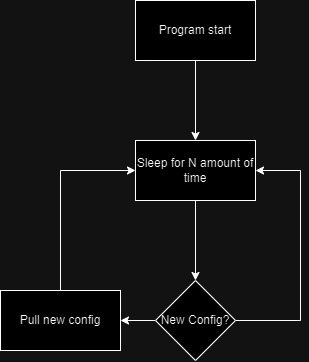
Above: src/client.drawio.png in exersalza/move-alarm (draw.io), before the change. Source tidied: cells renumbered, new cells last; positions are measured from the earlier drawing's top-left corner, leaving out a move shared by most shapes.
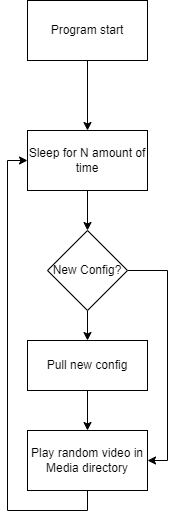
The same diagram one commit later.

Diff of the diagram source:
```diff
@@ -2,13 +2,8 @@
   <root>
     <mxCell id="0" />
     <mxCell id="1" parent="0" />
-    <mxCell id="2" style="edgeStyle=orthogonalEdgeStyle;rounded=0;jettySize=auto;html=1;exitX=0.5;exitY=1;exitDx=0;exitDy=0;" parent="1" edge="1" source="3">
-      <mxGeometry relative="1" as="geometry">
-        <mxPoint x="195" y="30" as="targetPoint" />
-      </mxGeometry>
-    </mxCell>
     <mxCell id="3" value="Program start" style="rounded=0;whiteSpace=wrap;html=1;" parent="1" vertex="1">
-      <mxGeometry x="135" width="120" height="60" as="geometry" />
+      <mxGeometry x="135" y="10" width="120" height="60" as="geometry" />
     </mxCell>
     <mxCell id="4" style="edgeStyle=orthogonalEdgeStyle;rounded=0;jettySize=auto;html=1;exitX=0.5;exitY=1;exitDx=0;exitDy=0;entryX=0.5;entryY=0;entryDx=0;entryDy=0;" parent="1" edge="1" source="3" target="6">
       <mxGeometry relative="1" as="geometry" />
@@ -19,27 +14,26 @@
     <mxCell id="6" value="Sleep for N amount of time" style="rounded=0;whiteSpace=wrap;html=1;" parent="1" vertex="1">
       <mxGeometry x="135" y="140" width="120" height="60" as="geometry" />
     </mxCell>
-    <mxCell id="7" style="edgeStyle=orthogonalEdgeStyle;rounded=0;jettySize=auto;html=1;exitX=0;exitY=0.5;exitDx=0;exitDy=0;" parent="1" edge="1" source="9">
-      <mxGeometry relative="1" as="geometry">
-        <mxPoint x="120" y="320" as="targetPoint" />
-      </mxGeometry>
-    </mxCell>
-    <mxCell id="8" style="edgeStyle=orthogonalEdgeStyle;rounded=0;jettySize=auto;html=1;exitX=1;exitY=0.5;exitDx=0;exitDy=0;" parent="1" edge="1" source="9" target="6">
-      <mxGeometry relative="1" as="geometry">
-        <Array as="points">
-          <mxPoint x="300" y="320" />
-          <mxPoint x="300" y="170" />
-        </Array>
-      </mxGeometry>
-    </mxCell>
+    <mxCell id="12" style="edgeStyle=orthogonalEdgeStyle;rounded=0;jettySize=auto;html=1;exitX=0.5;exitY=1;exitDx=0;exitDy=0;entryX=0.5;entryY=0;entryDx=0;entryDy=0;" parent="1" edge="1" source="9" target="11">
+      <mxGeometry relative="1" as="geometry" />
+    </mxCell>
+    <mxCell id="13" style="edgeStyle=orthogonalEdgeStyle;rounded=0;jettySize=auto;html=1;exitX=1;exitY=0.5;exitDx=0;exitDy=0;entryX=1;entryY=0.5;entryDx=0;entryDy=0;" parent="1" edge="1" source="9" target="16">
+      <mxGeometry relative="1" as="geometry" />
+    </mxCell>
     <mxCell id="9" value="New Config?" style="rhombus;whiteSpace=wrap;html=1;" parent="1" vertex="1">
-      <mxGeometry x="155" y="280" width="80" height="80" as="geometry" />
+      <mxGeometry x="155" y="240" width="80" height="80" as="geometry" />
     </mxCell>
-    <mxCell id="10" style="edgeStyle=orthogonalEdgeStyle;rounded=0;jettySize=auto;html=1;exitX=0.5;exitY=0;exitDx=0;exitDy=0;entryX=0;entryY=0.5;entryDx=0;entryDy=0;" parent="1" edge="1" source="11" target="6">
-      <mxGeometry relative="1" as="geometry" />
-    </mxCell>
+    <mxCell id="14" style="edgeStyle=orthogonalEdgeStyle;rounded=0;jettySize=auto;html=1;exitX=0.5;exitY=1;exitDx=0;exitDy=0;entryX=0.5;entryY=0;entryDx=0;entryDy=0;" parent="1" edge="1" source="11" target="16">
+      <mxGeometry relative="1" as="geometry" />
+    </mxCell>
     <mxCell id="11" value="Pull new config" style="rounded=0;whiteSpace=wrap;html=1;" parent="1" vertex="1">
-      <mxGeometry y="290" width="120" height="60" as="geometry" />
+      <mxGeometry x="135" y="350" width="120" height="50" as="geometry" />
     </mxCell>
+    <mxCell id="15" style="edgeStyle=orthogonalEdgeStyle;rounded=0;jettySize=auto;html=1;exitX=0.5;exitY=1;exitDx=0;exitDy=0;entryX=0;entryY=0.5;entryDx=0;entryDy=0;" parent="1" edge="1" source="16" target="6">
+      <mxGeometry relative="1" as="geometry" />
+    </mxCell>
+    <mxCell id="16" value="Play random video in Media directory" style="rounded=0;whiteSpace=wrap;html=1;" parent="1" vertex="1">
+      <mxGeometry x="135" y="440" width="120" height="60" as="geometry" />
+    </mxCell>
   </root>
 </mxGraphModel>
```
